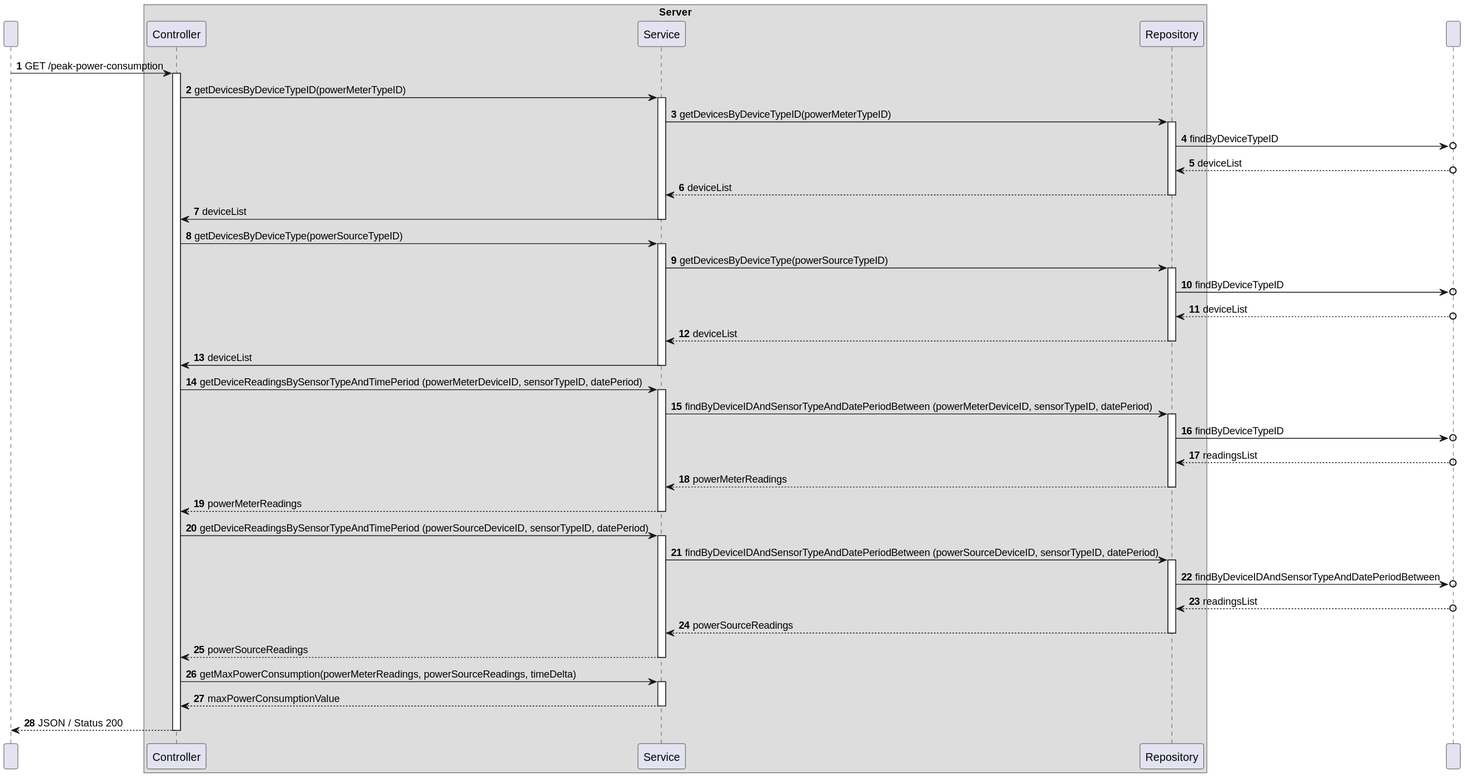
This is docs/C4_4plus1_models/Level4/ProcessView/ProcessViewLevel4_UC14_v1.svg from moutajDev/smarthome, a PlantUML export, as it was before one commit. Source of this version:
```plantuml
@startuml


participant " " as HTTP

box "Server"
participant Controller as "Controller"
participant Service as "Service"
participant Repository as "Repository"
end box

participant DataBase as " "

autonumber

HTTP -> Controller : GET /peak-power-consumption

activate Controller

Controller -> Service: getDevicesByDeviceTypeID(powerMeterTypeID)

activate Service

Service -> Repository: getDevicesByDeviceTypeID(powerMeterTypeID)

activate Repository

Repository ->o DataBase: findByDeviceTypeID

DataBase o--> Repository : deviceList

Repository --> Service: deviceList

deactivate Repository

Service -> Controller: deviceList

deactivate Service


Controller -> Service: getDevicesByDeviceType(powerSourceTypeID)

activate Service

Service -> Repository: getDevicesByDeviceType(powerSourceTypeID)

activate Repository

Repository ->o DataBase: findByDeviceTypeID

DataBase o--> Repository : deviceList

Repository --> Service: deviceList

deactivate Repository

Service -> Controller: deviceList

deactivate Service


Controller -> Service: getDeviceReadingsBySensorTypeAndTimePeriod (powerMeterDeviceID, sensorTypeID, datePeriod)

activate Service

Service -> Repository: findByDeviceIDAndSensorTypeAndDatePeriodBetween (powerMeterDeviceID, sensorTypeID, datePeriod)

activate Repository

Repository ->o DataBase: findByDeviceTypeID

DataBase o--> Repository : readingsList

Repository --> Service: powerMeterReadings

deactivate Repository

Service --> Controller: powerMeterReadings

deactivate Service

Controller -> Service: getDeviceReadingsBySensorTypeAndTimePeriod (powerSourceDeviceID, sensorTypeID, datePeriod)


activate Service

Service -> Repository: findByDeviceIDAndSensorTypeAndDatePeriodBetween (powerSourceDeviceID, sensorTypeID, datePeriod)

activate Repository

Repository ->o DataBase: findByDeviceIDAndSensorTypeAndDatePeriodBetween

DataBase o--> Repository : readingsList

Repository --> Service: powerSourceReadings

deactivate Repository

Service --> Controller: powerSourceReadings

deactivate Service

Controller -> Service: getMaxPowerConsumption(powerMeterReadings, powerSourceReadings, timeDelta)


activate Service

Service --> Controller: maxPowerConsumptionValue

deactivate Service

Controller --> HTTP: JSON / Status 200

deactivate Controller
@enduml
```
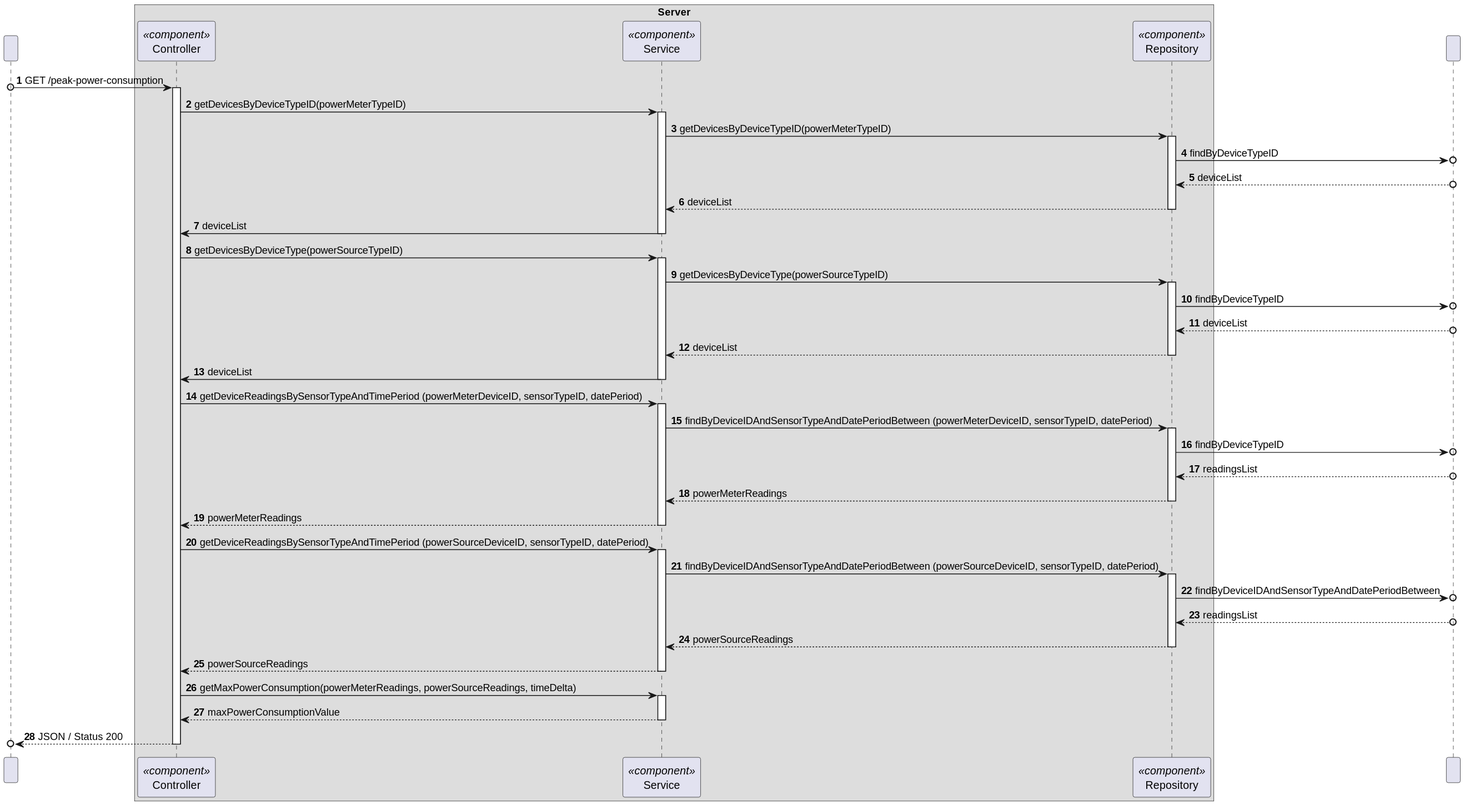
After the commit.

The edit, as a diff of the source:
```diff
@@ -4,16 +4,16 @@
 participant " " as HTTP
 
 box "Server"
-participant Controller as "Controller"
-participant Service as "Service"
-participant Repository as "Repository"
+participant Controller as "Controller"<<component>>
+participant Service as "Service"<<component>>
+participant Repository as "Repository"<<component>>
 end box
 
 participant DataBase as " "
 
 autonumber
 
-HTTP -> Controller : GET /peak-power-consumption
+HTTP o-> Controller : GET /peak-power-consumption
 
 activate Controller
 
@@ -109,7 +109,7 @@
 
 deactivate Service
 
-Controller --> HTTP: JSON / Status 200
+Controller -->o HTTP: JSON / Status 200
 
 deactivate Controller
 @enduml
```
